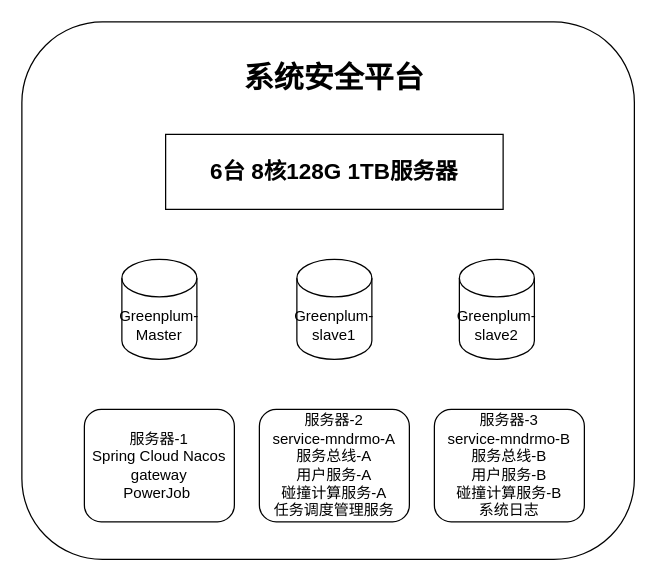
The draw.io diagram 未命名绘图.drawio in rb510086174/learngit, before the edit. Source tidied: cells renumbered, new cells numbered last; positions are measured from the earlier drawing's top-left corner, leaving out a move shared by most shapes. Both pictures are drawn from the tidied source at 125%, with x=0, y=0 at pixel (21, 21).
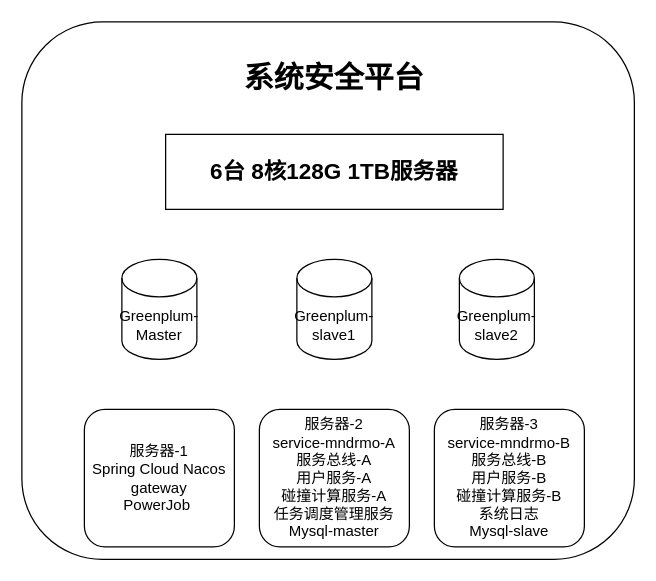
Above is the later version.

Commit message (it also covers changes not shown here):
更新未命名绘图.drawio

What changed in the source:
```diff
@@
 <mxGraphModel>
   <root>
     <mxCell id="0" />
     <mxCell id="1" parent="0" />
     <mxCell id="2" style="rounded=1;whiteSpace=wrap;html=1;" parent="1" vertex="1">
       <mxGeometry width="490" height="430" as="geometry" />
     </mxCell>
     <mxCell id="3" value="&lt;b&gt;&lt;font style=&quot;font-size: 18px;&quot;&gt;6台 8核128G 1TB服务器&lt;/font&gt;&lt;/b&gt;" style="rounded=0;whiteSpace=wrap;html=1;" parent="1" vertex="1">
       <mxGeometry x="115" y="90" width="270" height="60" as="geometry" />
     </mxCell>
     <mxCell id="4" value="Greenplum-Master" style="shape=cylinder3;whiteSpace=wrap;html=1;boundedLbl=1;backgroundOutline=1;size=15;" parent="1" vertex="1">
       <mxGeometry x="80" y="190" width="60" height="80" as="geometry" />
     </mxCell>
     <mxCell id="5" value="Greenplum-slave1" style="shape=cylinder3;whiteSpace=wrap;html=1;boundedLbl=1;backgroundOutline=1;size=15;" parent="1" vertex="1">
       <mxGeometry x="220" y="190" width="60" height="80" as="geometry" />
     </mxCell>
     <mxCell id="6" value="Greenplum-slave2" style="shape=cylinder3;whiteSpace=wrap;html=1;boundedLbl=1;backgroundOutline=1;size=15;" parent="1" vertex="1">
       <mxGeometry x="350" y="190" width="60" height="80" as="geometry" />
     </mxCell>
     <mxCell id="7" value="服务器-1&lt;br&gt;Spring Cloud Nacos&lt;br&gt;gateway&lt;br&gt;PowerJob&amp;nbsp;" style="rounded=1;whiteSpace=wrap;html=1;" parent="1" vertex="1">
-      <mxGeometry x="50" y="310" width="120" height="90" as="geometry" />
+      <mxGeometry x="50" y="310" width="120" height="110" as="geometry" />
     </mxCell>
-    <mxCell id="8" value="服务器-2&lt;br&gt;service-mndrmo-A&lt;br&gt;服务总线-A&lt;br&gt;用户服务-A&lt;br&gt;碰撞计算服务-A&lt;br&gt;任务调度管理服务" style="rounded=1;whiteSpace=wrap;html=1;" parent="1" vertex="1">
-      <mxGeometry x="190" y="310" width="120" height="90" as="geometry" />
+    <mxCell id="8" value="服务器-2&lt;br&gt;service-mndrmo-A&lt;br&gt;服务总线-A&lt;br&gt;用户服务-A&lt;br&gt;碰撞计算服务-A&lt;br&gt;任务调度管理服务&lt;br&gt;Mysql-master" style="rounded=1;whiteSpace=wrap;html=1;" parent="1" vertex="1">
+      <mxGeometry x="190" y="310" width="120" height="110" as="geometry" />
     </mxCell>
-    <mxCell id="9" value="服务器-3&lt;br&gt;service-mndrmo-B&lt;br&gt;服务总线-B&lt;br&gt;用户服务-B&lt;br&gt;碰撞计算服务-B&lt;br&gt;系统日志" style="rounded=1;whiteSpace=wrap;html=1;" parent="1" vertex="1">
-      <mxGeometry x="330" y="310" width="120" height="90" as="geometry" />
+    <mxCell id="9" value="服务器-3&lt;br&gt;service-mndrmo-B&lt;br&gt;服务总线-B&lt;br&gt;用户服务-B&lt;br&gt;碰撞计算服务-B&lt;br&gt;系统日志&lt;br&gt;Mysql-slave" style="rounded=1;whiteSpace=wrap;html=1;" parent="1" vertex="1">
+      <mxGeometry x="330" y="310" width="120" height="110" as="geometry" />
     </mxCell>
     <mxCell id="10" value="&lt;b&gt;&lt;font style=&quot;font-size: 24px;&quot;&gt;系统安全平台&lt;/font&gt;&lt;/b&gt;" style="text;html=1;strokeColor=none;fillColor=none;align=center;verticalAlign=middle;whiteSpace=wrap;rounded=0;" parent="1" vertex="1">
       <mxGeometry x="125" y="30" width="250" height="30" as="geometry" />
     </mxCell>
   </root>
 </mxGraphModel>
```
